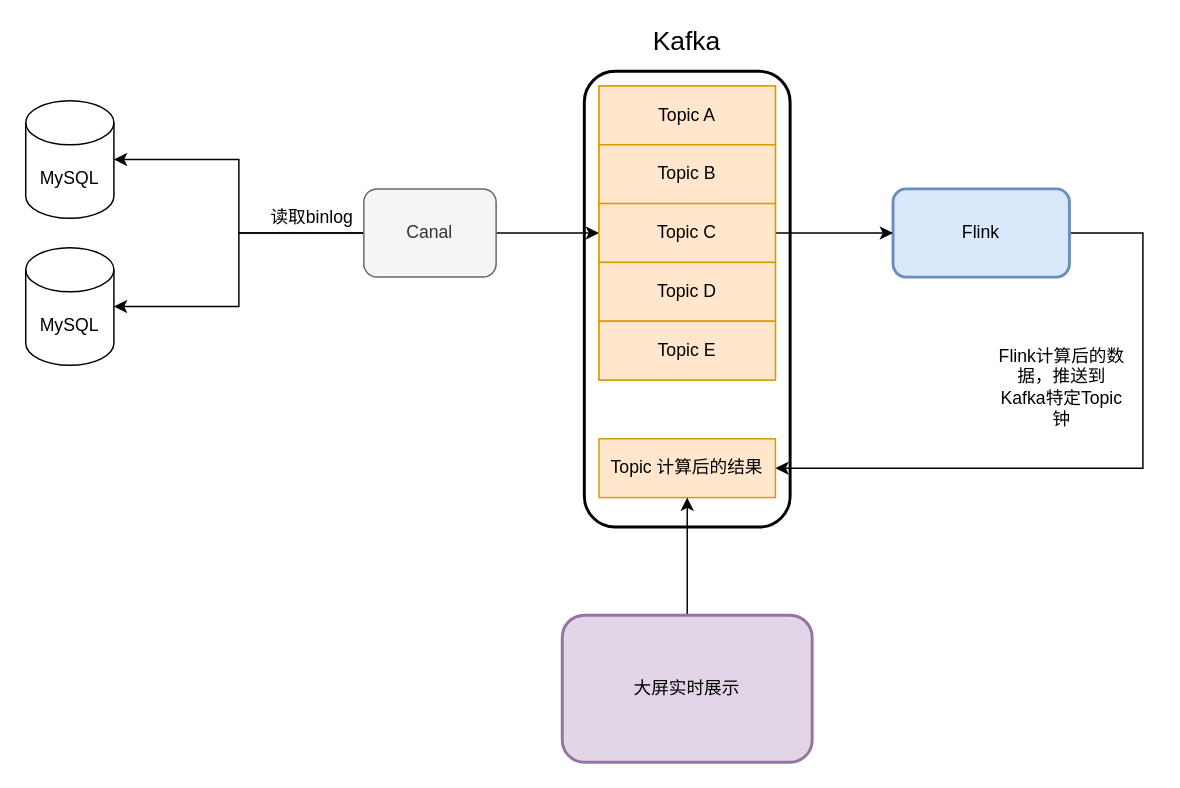
Above: pet_data_warehouse/Flink实时计算.drawio in fangzheng0518/draw (draw.io), before the change. Source tidied: cells renumbered, new cells numbered last; positions are measured from the earlier drawing's top-left corner, leaving out a move shared by most shapes. Both pictures are drawn from the tidied source at 147%, with x=0, y=0 at pixel (25, 26).
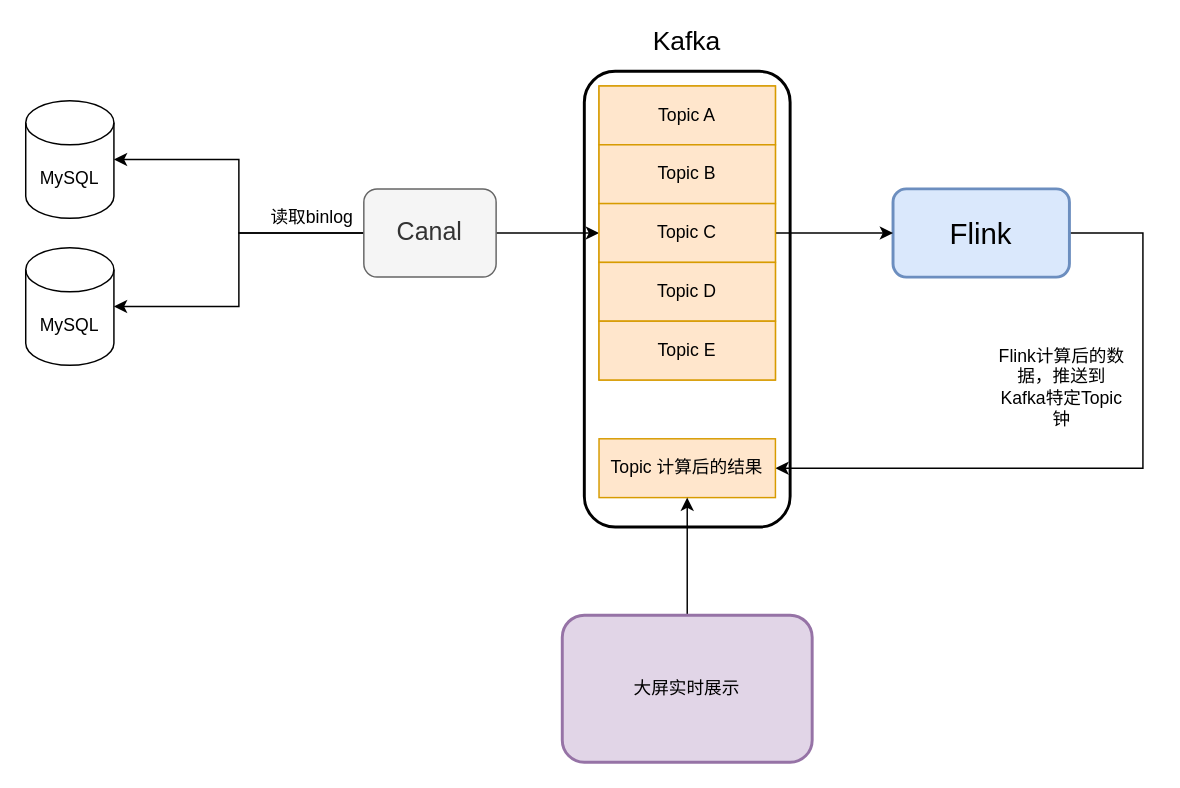
After the change.

Commit message (it also covers changes not shown here):
更新Flink实时计算.drawio

What changed in the source:
```diff
@@
-    <mxCell id="8" value="Canal" style="rounded=1;whiteSpace=wrap;html=1;fillColor=#f5f5f5;strokeColor=#666666;fontColor=#333333;" parent="1" vertex="1">
+    <mxCell id="8" value="&lt;font style=&quot;font-size: 17px&quot;&gt;Canal&lt;/font&gt;" style="rounded=1;whiteSpace=wrap;html=1;fillColor=#f5f5f5;strokeColor=#666666;fontColor=#333333;" parent="1" vertex="1">
       <mxGeometry x="230" y="110" width="90" height="60" as="geometry" />
     </mxCell>
@@
-    <mxCell id="13" value="Flink" style="rounded=1;whiteSpace=wrap;html=1;strokeWidth=2;fillColor=#dae8fc;strokeColor=#6c8ebf;" parent="1" vertex="1">
+    <mxCell id="13" value="&lt;font style=&quot;font-size: 20px&quot;&gt;Flink&lt;/font&gt;" style="rounded=1;whiteSpace=wrap;html=1;strokeWidth=2;fillColor=#dae8fc;strokeColor=#6c8ebf;" parent="1" vertex="1">
       <mxGeometry x="590" y="110" width="120" height="60" as="geometry" />
     </mxCell>
```
